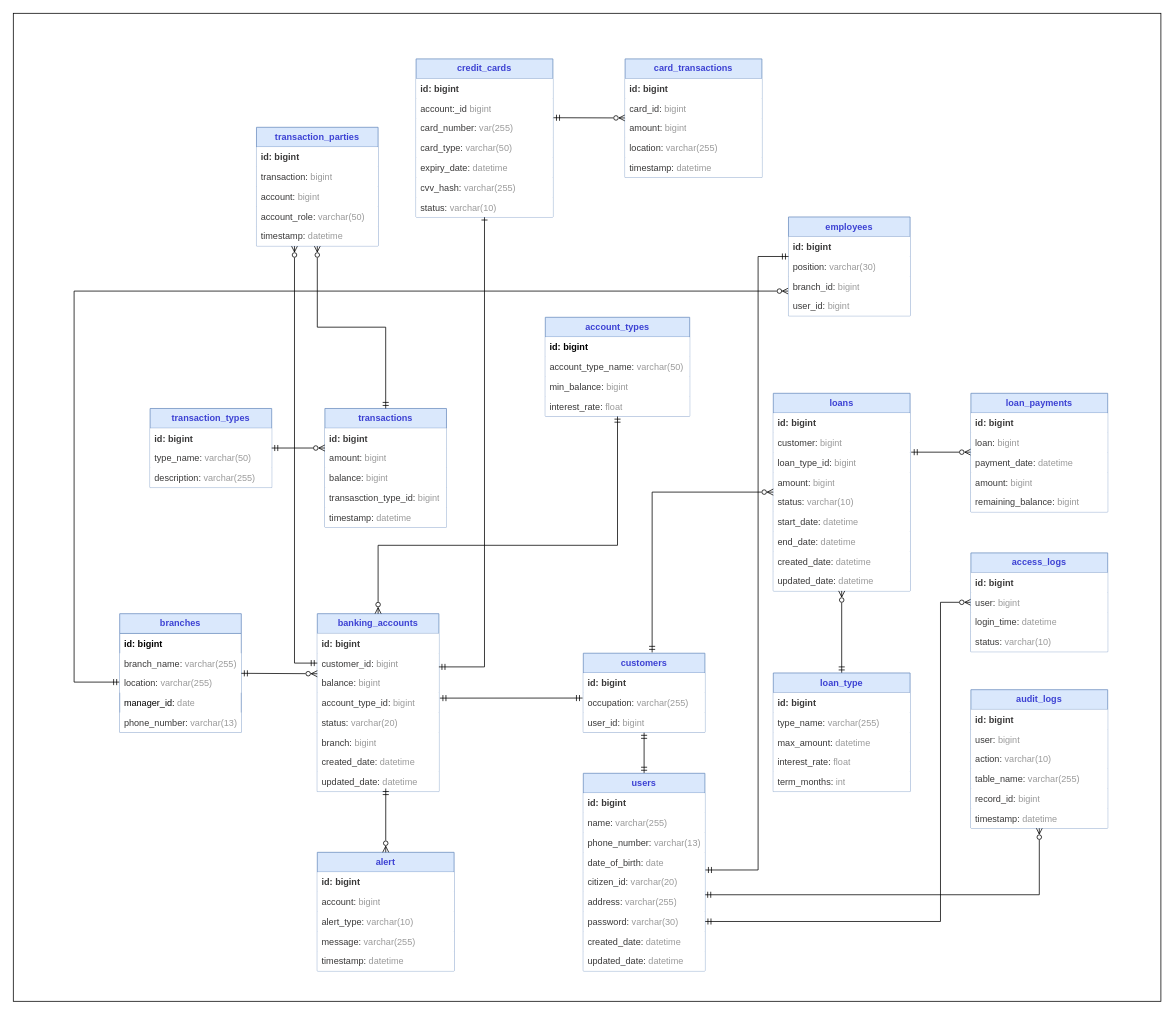
dhuy00/diagram keeps this draw.io diagram as banking/database/Banking Diagram.drawio. Above is the earlier version. Source tidied: cells renumbered, new cells numbered last; positions are measured from the earlier drawing's top-left corner, leaving out a move shared by most shapes. Both pictures are drawn from the tidied source at 76%, with x=0, y=0 at pixel (13, 13).
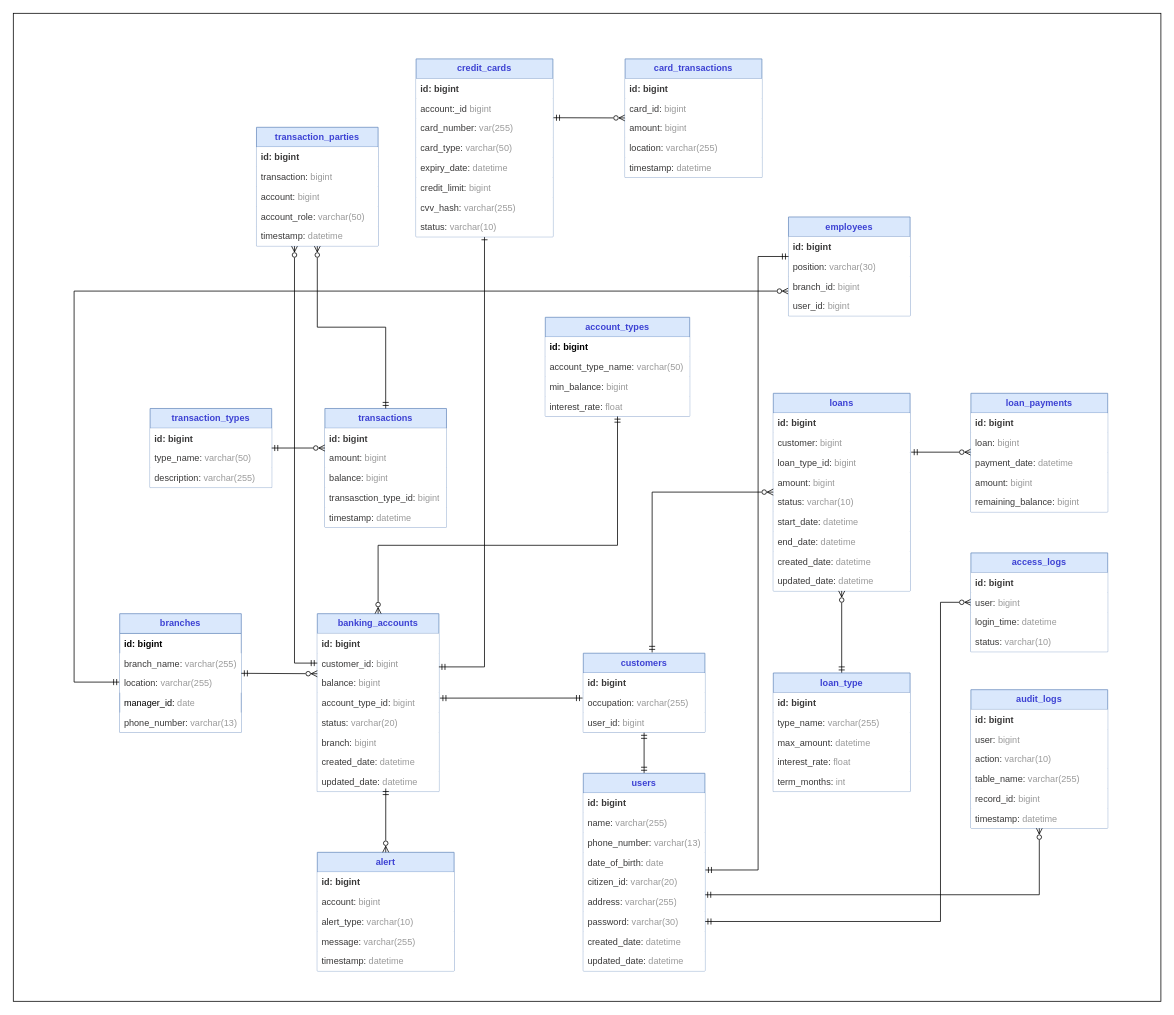
Above is the later version.

The edit, as a diff of the source:
```diff
@@
     <mxCell id="66" value="credit_cards" style="swimlane;fontStyle=1;horizontal=1;startSize=26;fillColor=#dae8fc;whiteSpace=wrap;html=1;strokeColor=#6c8ebf;fontColor=light-dark(#3c41d3, #ededed);" parent="1" vertex="1">
-      <mxGeometry x="530" y="60" width="180" height="208" as="geometry" />
+      <mxGeometry x="530" y="60" width="180" height="234" as="geometry" />
     </mxCell>
@@
+    <mxCell id="129" value="credit_limit: &lt;font style=&quot;color: rgb(153, 153, 153);&quot;&gt;bigint&lt;/font&gt;" style="text;strokeColor=none;fillColor=default;align=left;verticalAlign=top;spacingLeft=4;spacingRight=4;overflow=hidden;whiteSpace=wrap;html=1;fontColor=#393838;" parent="66" vertex="1">
+      <mxGeometry y="156" width="180" height="26" as="geometry" />
+    </mxCell>
     <mxCell id="72" value="cvv_hash: &lt;font style=&quot;color: rgb(153, 153, 153);&quot;&gt;varchar(255)&lt;/font&gt;" style="text;strokeColor=none;fillColor=default;align=left;verticalAlign=top;spacingLeft=4;spacingRight=4;overflow=hidden;whiteSpace=wrap;html=1;fontColor=#393838;" parent="66" vertex="1">
-      <mxGeometry y="156" width="180" height="26" as="geometry" />
+      <mxGeometry y="182" width="180" height="26" as="geometry" />
     </mxCell>
     <mxCell id="73" value="status: &lt;font style=&quot;color: rgb(153, 153, 153);&quot;&gt;varchar(10)&lt;/font&gt;" style="text;strokeColor=none;fillColor=default;align=left;verticalAlign=top;spacingLeft=4;spacingRight=4;overflow=hidden;whiteSpace=wrap;html=1;fontColor=#393838;" parent="66" vertex="1">
-      <mxGeometry y="182" width="180" height="26" as="geometry" />
+      <mxGeometry y="208" width="180" height="26" as="geometry" />
     </mxCell>
```
